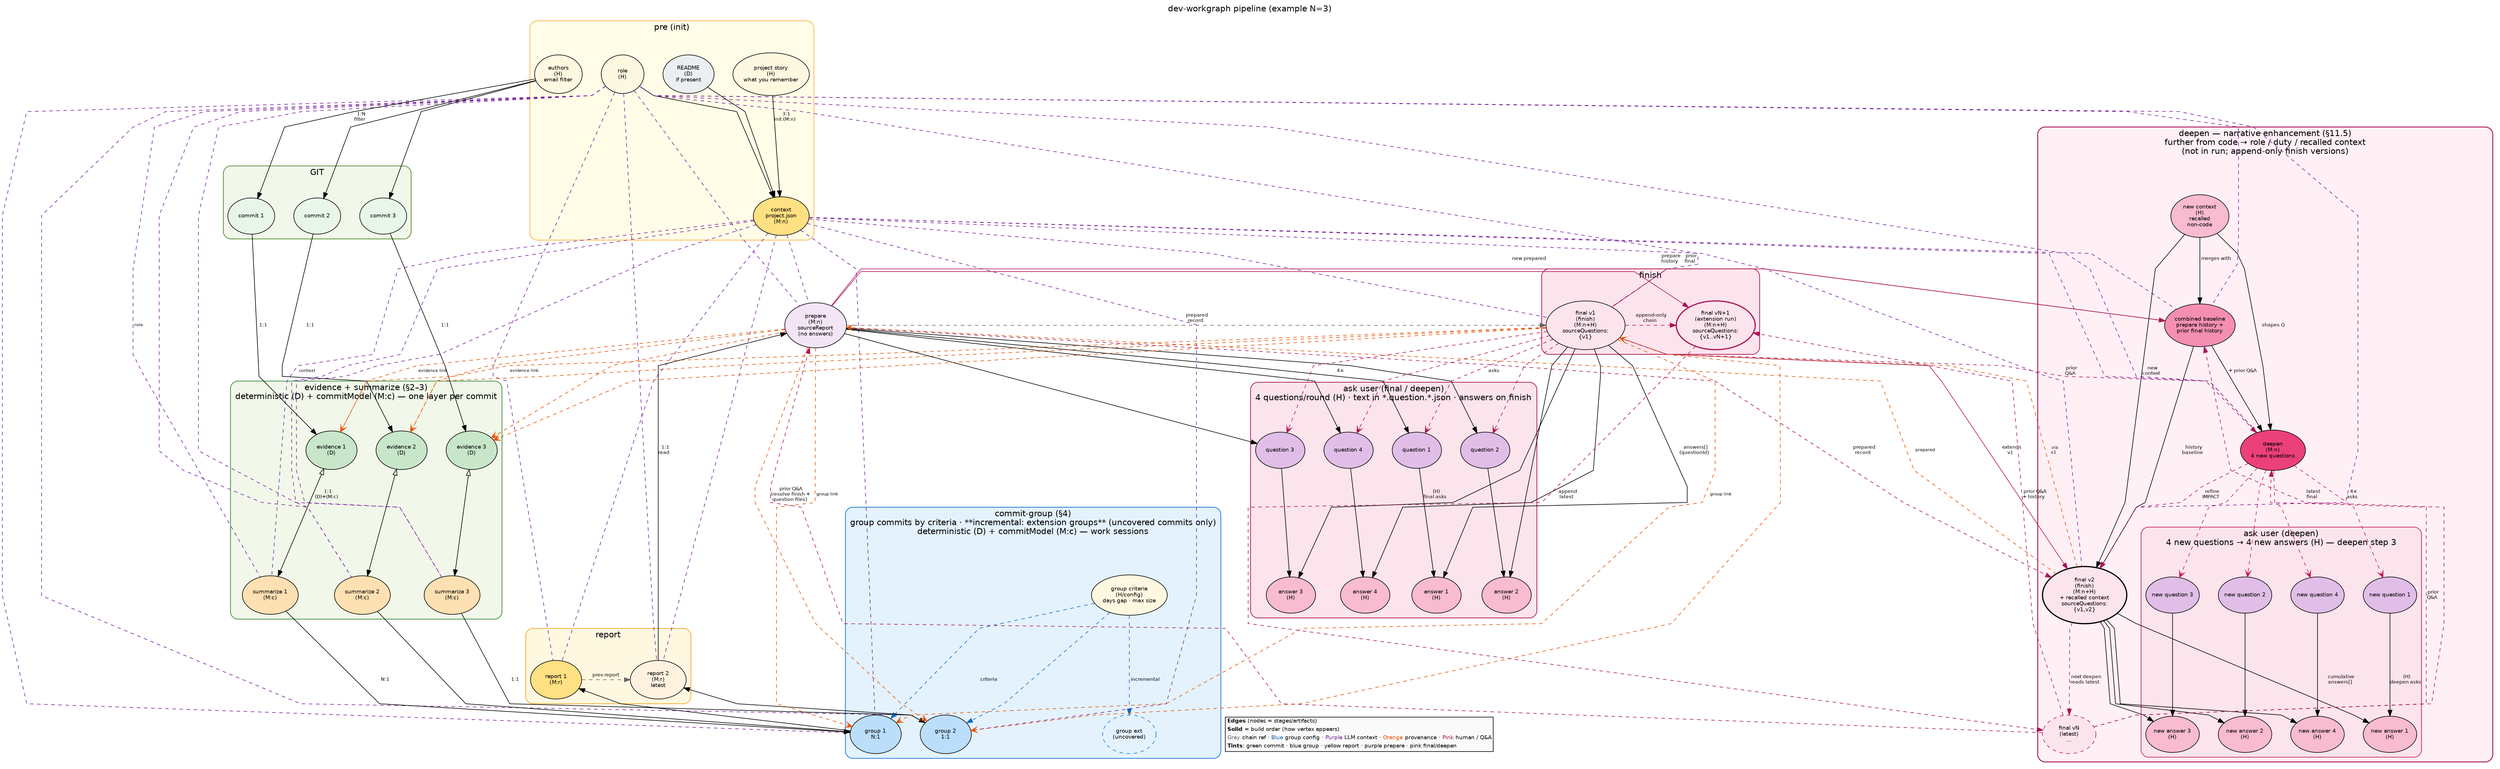
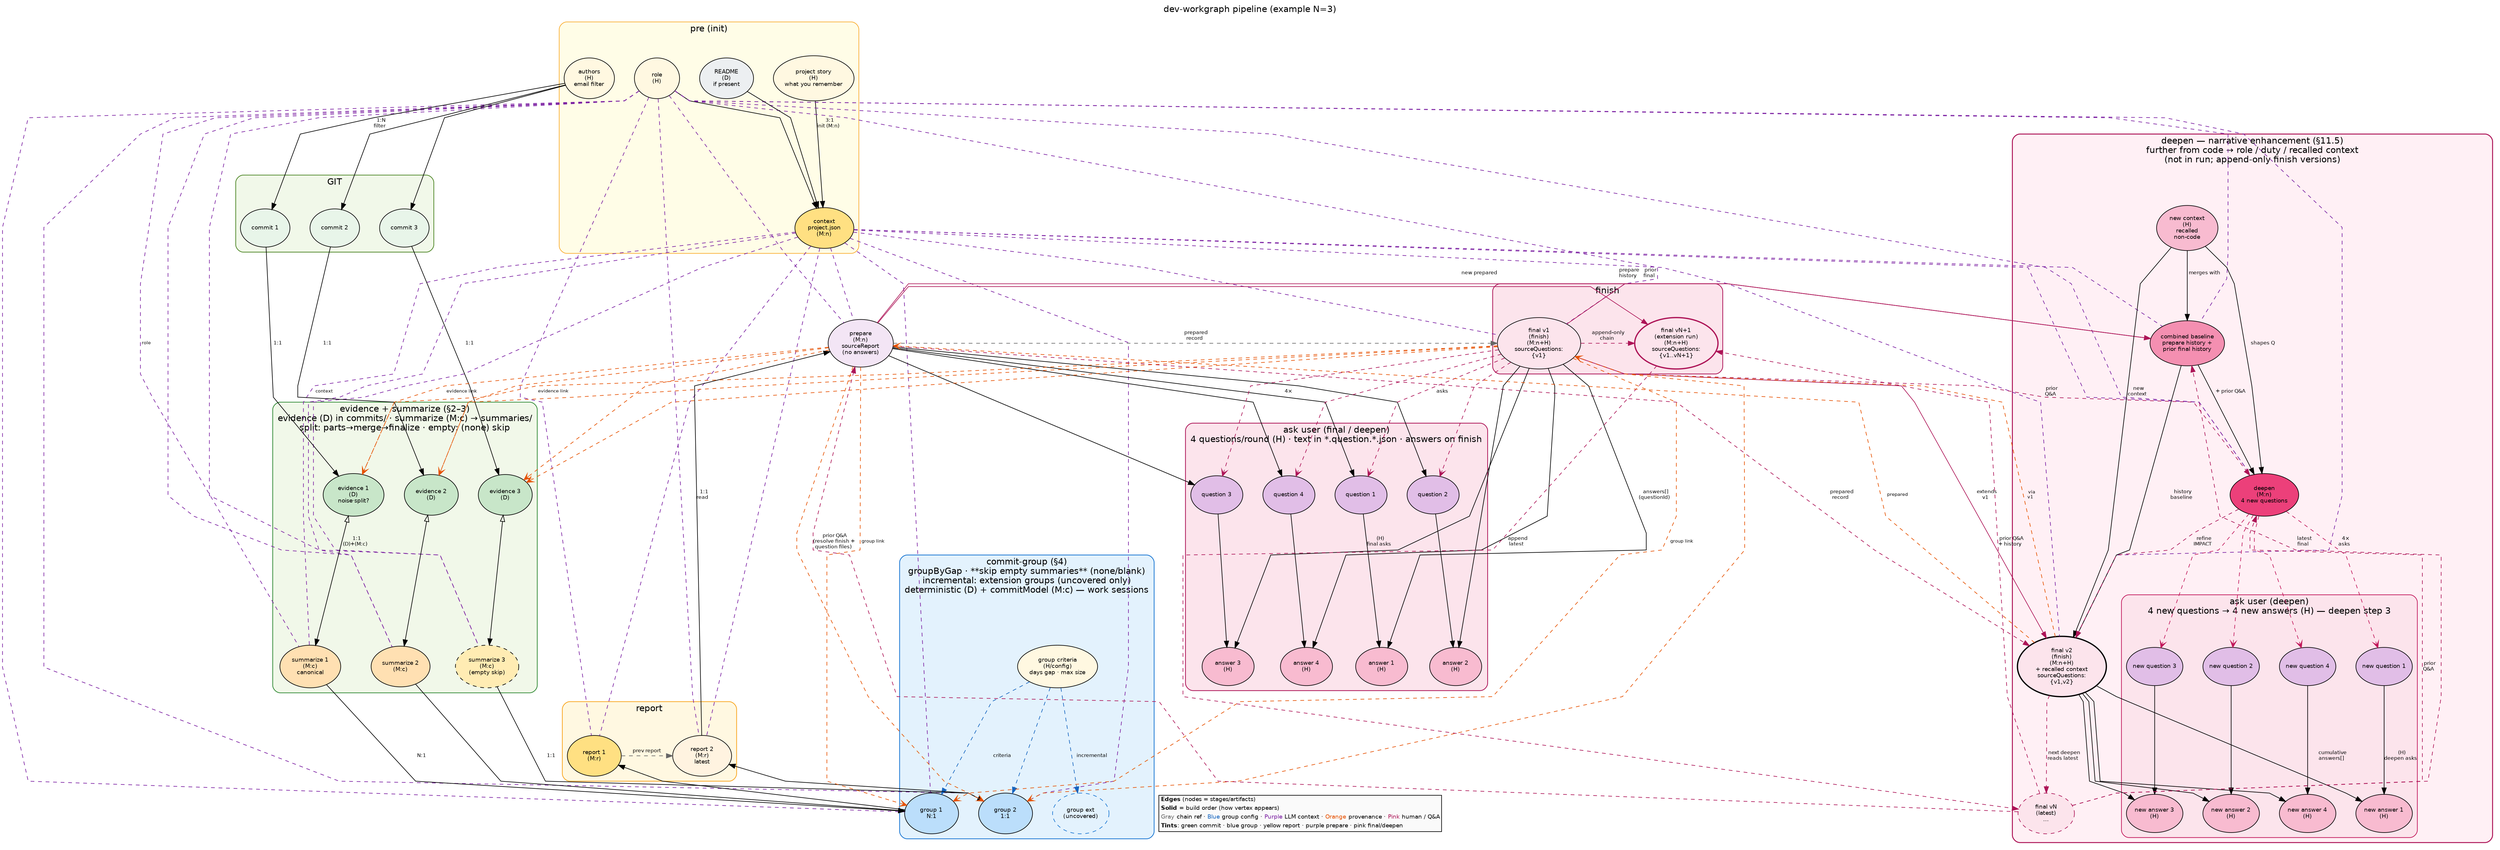
// dev-workgraph — pipeline graph (Graphviz)
//
// Render:
//   dot -Tpng uml/pipeline-graph.dot -o uml/pipeline-graph.png
//   dot -Tsvg uml/pipeline-graph.dot -o uml/pipeline-graph.svg

digraph pipeline {
  graph [
    rankdir=TB
    splines=polyline
    nodesep=0.45
    ranksep=0.75
    fontname="Helvetica"
    label="dev-workgraph pipeline (example N=3)"
    labelloc=t
  ]

  node [
    shape=ellipse
    style=filled
    fontname="Helvetica"
    fontsize=9
  ]

  edge [fontname="Helvetica" fontsize=8]

  // ── pre: human inputs → context (init) ──────────────────────────────

  subgraph cluster_pre {
    label="pre (init)"
    style=rounded
    color="#F9A825"
    bgcolor="#FFFDE7"

    v_story  [label="project story\n(H)\nwhat you remember" fillcolor="#FFF8E1" width=1.5 height=1.0]
    v_role   [label="role\n(H)" fillcolor="#FFF8E1" width=1.0 height=0.9]
    v_readme [label="README\n(D)\nif present" fillcolor="#ECEFF1" width=1.2 height=0.9]
    v_auth   [label="authors\n(H)\nemail filter" fillcolor="#FFF8E1" width=1.0 height=0.9]

    v_context [label="context\nproject.json\n(M:n)" fillcolor="#FFE082" width=1.3 height=0.9]

    { rank=same; v_story; v_role; v_readme; v_auth; }

    v_story  -> v_context [label=" 3:1\ninit (M:n) "]
    v_role   -> v_context
    v_readme -> v_context
  }

  // ── GIT: filtered commits (authors → 1:N) ─────────────────────────────

  subgraph cluster_git {
    label="GIT"
    style=rounded
    color="#558B2F"
    bgcolor="#F1F8E9"
    penwidth=1.2

    v_c1 [label="commit 1" fillcolor="#E8F5E9" width=1.1 height=0.85]
    v_c2 [label="commit 2" fillcolor="#E8F5E9" width=1.1 height=0.85]
    v_c3 [label="commit 3" fillcolor="#E8F5E9" width=1.1 height=0.85]

    { rank=same; v_c1; v_c2; v_c3; }
  }

  v_auth -> v_c1 [label=" 1:N\nfilter "]
  v_auth -> v_c2
  v_auth -> v_c3

  // ── per commit: evidence (D) + summarize (M:c) ───────────────────────

  subgraph cluster_commit_layer {
-     label="evidence + summarize (§2–3)\ndeterministic (D) + commitModel (M:c) — one layer per commit"
+     label="evidence + summarize (§2–3)\nevidence (D) in commits/ · summarize (M:c) → summaries/\nsplit: parts→merge→finalize · empty: (none) skip"
    style=rounded
    color="#388E3C"
    bgcolor="#F1F8E9"
    penwidth=1.2

-     v_e1 [label="evidence 1\n(D)" fillcolor="#C8E6C9" width=1.2 height=0.9]
+     v_e1 [label="evidence 1\n(D)\nnoise·split?" fillcolor="#C8E6C9" width=1.35 height=0.95]
    v_e2 [label="evidence 2\n(D)" fillcolor="#C8E6C9" width=1.2 height=0.9]
    v_e3 [label="evidence 3\n(D)" fillcolor="#C8E6C9" width=1.2 height=0.9]

    { rank=same; v_e1; v_e2; v_e3; }

-     v_s1 [label="summarize 1\n(M:c)" fillcolor="#FFE0B2" width=1.3 height=0.9]
+     v_s1 [label="summarize 1\n(M:c)\ncanonical" fillcolor="#FFE0B2" width=1.35 height=0.95]
    v_s2 [label="summarize 2\n(M:c)" fillcolor="#FFE0B2" width=1.3 height=0.9]
-     v_s3 [label="summarize 3\n(M:c)" fillcolor="#FFE0B2" width=1.3 height=0.9]
+     v_s3 [label="summarize 3\n(M:c)\n(empty skip)" fillcolor="#FFECB3" width=1.4 height=0.95 style="filled,dashed"]

    { rank=same; v_s1; v_s2; v_s3; }

    v_e1 -> v_s1 [label=" 1:1\n(D)+(M:c) ", dir=both arrowhead=normal arrowtail=onormal]
    v_e2 -> v_s2 [dir=both arrowhead=normal arrowtail=onormal]
    v_e3 -> v_s3 [dir=both arrowhead=normal arrowtail=onormal]
  }

  v_c1 -> v_e1 [label=" 1:1 "]
  v_c2 -> v_e2 [label=" 1:1 "]
  v_c3 -> v_e3 [label=" 1:1 "]

  // ── commit-group: group commits by criteria → work sessions ────────

  subgraph cluster_groups {
-     label="commit-group (§4)\ngroup commits by criteria · **incremental: extension groups** (uncovered commits only)\ndeterministic (D) + commitModel (M:c) — work sessions"
+     label="commit-group (§4)\ngroupByGap · **skip empty summaries** (none/blank)\nincremental: extension groups (uncovered only)\ndeterministic (D) + commitModel (M:c) — work sessions"
    style=rounded
    color="#1976D2"
    bgcolor="#E3F2FD"
    penwidth=1.2

    v_gcrit [label="group criteria\n(H/config)\ndays gap · max size" fillcolor="#FFF8E1" width=1.35 height=0.95]

    v_g1 [label="group 1\nN:1" fillcolor="#BBDEFB" width=1.2 height=0.9]
    v_g2 [label="group 2\n1:1" fillcolor="#BBDEFB" width=1.2 height=0.9]
    v_gext [label="group ext\n(uncovered)" fillcolor="#E3F2FD" width=1.25 height=0.9 style="filled,dashed" color="#1976D2"]

    { rank=same; v_g1; v_g2; v_gext; }

    v_gcrit -> v_g1 [label=" criteria ", style=dashed color="#1565C0"]
    v_gcrit -> v_g2 [style=dashed color="#1565C0"]
    v_gcrit -> v_gext [label=" incremental ", style=dashed color="#1565C0"]
  }

  v_s1 -> v_g1 [label=" N:1 "]
  v_s2 -> v_g1
  v_s3 -> v_g2 [label=" 1:1 "]

  // ── report fold: groups → report chain ────────────────────────────────

  subgraph cluster_reports {
    label="report"
    style=rounded
    color="#F9A825"
    bgcolor="#FFF8E1"
    penwidth=1.2

    v_r1 [label="report 1\n(M:r)" fillcolor="#FFE082" width=1.2 height=0.9]
    v_r2 [label="report 2\n(M:r)\nlatest" fillcolor="#FFF3E0" width=1.3 height=0.9]

    { rank=same; v_r1; v_r2; }

    v_r1 -> v_r2 [label=" prev report ", style=dashed color="#666666"]
  }

  v_g1 -> v_r1 [label=" init\n1:1 "]
  v_g2 -> v_r2 [label=" merge\n1:1 "]

  // ── prepare → 4 questions → 4 answers (H) → final ─────────────────

  v_prep [label="prepare\n(M:n)\nsourceReport\n(no answers)" fillcolor="#F3E5F5" width=1.45 height=1.05]

  v_r2 -> v_prep [label=" 1:1\nread "]

  subgraph cluster_ask_final {
    label="ask user (final / deepen)\n4 questions/round (H) · text in *.question.*.json · answers on finish"
    style=rounded
    color="#AD1457"
    bgcolor="#FCE4EC"
    penwidth=1.2

    v_q1 [label="question 1" fillcolor="#E1BEE7" width=1.15 height=0.85]
    v_q2 [label="question 2" fillcolor="#E1BEE7" width=1.15 height=0.85]
    v_q3 [label="question 3" fillcolor="#E1BEE7" width=1.15 height=0.85]
    v_q4 [label="question 4" fillcolor="#E1BEE7" width=1.15 height=0.85]

    { rank=same; v_q1; v_q2; v_q3; v_q4; }

    v_a1 [label="answer 1\n(H)" fillcolor="#F8BBD0" width=1.15 height=0.85]
    v_a2 [label="answer 2\n(H)" fillcolor="#F8BBD0" width=1.15 height=0.85]
    v_a3 [label="answer 3\n(H)" fillcolor="#F8BBD0" width=1.15 height=0.85]
    v_a4 [label="answer 4\n(H)" fillcolor="#F8BBD0" width=1.15 height=0.85]

    { rank=same; v_a1; v_a2; v_a3; v_a4; }

    v_q1 -> v_a1 [label=" (H)\nfinal asks "]
    v_q2 -> v_a2
    v_q3 -> v_a3
    v_q4 -> v_a4
  }

  v_prep -> v_q1 [label=" 4× "]
  v_prep -> v_q2
  v_prep -> v_q3
  v_prep -> v_q4

  subgraph cluster_finish {
    label="finish"
    style=rounded
    color="#AD1457"
    bgcolor="#FCE4EC"
    penwidth=1.2

    v_fin [label="final v1\n(finish)\n(M:n+H)\nsourceQuestions:\n{v1}" fillcolor="#FCE4EC" width=1.45 height=1.1]
    v_fext [label="final vN+1\n(extension run)\n(M:n+H)\nsourceQuestions:\n{v1..vN+1}" fillcolor="#FCE4EC" width=1.55 height=1.1 penwidth=2 color="#AD1457"]

    { rank=same; v_fin; v_fext; }

    v_fin -> v_fext [label=" append-only\nchain ", style=dashed color="#AD1457"]
  }

  v_prep -> v_fin [label=" prepared\nrecord ", style=dashed color="#666666"]

  v_fin -> v_a1 [label=" answers[]\n(questionId) "]
  v_fin -> v_a2
  v_fin -> v_a3
  v_fin -> v_a4

  v_fin -> v_q1 [label=" asks ", style=dashed color="#AD1457" arrowhead=open]
  v_fin -> v_q2 [style=dashed color="#AD1457" arrowhead=open]
  v_fin -> v_q3 [style=dashed color="#AD1457" arrowhead=open]
  v_fin -> v_q4 [style=dashed color="#AD1457" arrowhead=open]

  // ── deepen: narrative enhancement — further from code → role / duty ─

  subgraph cluster_deepen {
    label="deepen — narrative enhancement (§11.5)\nfurther from code → role / duty / recalled context\n(not in run; append-only finish versions)"
    style=rounded
    color="#AD1457"
    bgcolor="#FFF0F5"
    penwidth=1.5

    v_recall [label="new context\n(H)\nrecalled\nnon-code" fillcolor="#F8BBD0" width=1.35 height=1.0]

    v_combine [label="combined baseline\nprepare history +\nprior final history" fillcolor="#F48FB1" width=1.55 height=1.0]

    v_deepen [label="deepen\n(M:n)\n4 new questions" fillcolor="#EC407A" width=1.35 height=0.95]

    subgraph cluster_ask_deepen {
      label="ask user (deepen)\n4 new questions → 4 new answers (H) — deepen step 3"
      style=rounded
      color="#C2185B"
      bgcolor="#FCE4EC"
      penwidth=1.1

      v_nq1 [label="new question 1" fillcolor="#E1BEE7" width=1.2 height=0.85]
      v_nq2 [label="new question 2" fillcolor="#E1BEE7" width=1.2 height=0.85]
      v_nq3 [label="new question 3" fillcolor="#E1BEE7" width=1.2 height=0.85]
      v_nq4 [label="new question 4" fillcolor="#E1BEE7" width=1.2 height=0.85]

      { rank=same; v_nq1; v_nq2; v_nq3; v_nq4; }

      v_na1 [label="new answer 1\n(H)" fillcolor="#F8BBD0" width=1.2 height=0.85]
      v_na2 [label="new answer 2\n(H)" fillcolor="#F8BBD0" width=1.2 height=0.85]
      v_na3 [label="new answer 3\n(H)" fillcolor="#F8BBD0" width=1.2 height=0.85]
      v_na4 [label="new answer 4\n(H)" fillcolor="#F8BBD0" width=1.2 height=0.85]

      { rank=same; v_na1; v_na2; v_na3; v_na4; }

      v_nq1 -> v_na1 [label=" (H)\ndeepen asks "]
      v_nq2 -> v_na2
      v_nq3 -> v_na3
      v_nq4 -> v_na4
    }

    v_fin2 [label="final v2\n(finish)\n(M:n+H)\n+ recalled context\nsourceQuestions:\n{v1,v2}" fillcolor="#FCE4EC" width=1.55 height=1.15 penwidth=2]
    v_finN [label="final vN\n(latest)\n…" fillcolor="#FCE4EC" width=1.25 height=0.9 style="filled,dashed" color="#AD1457"]

    v_recall -> v_combine [label=" merges with "]
    v_combine -> v_deepen [label=" + prior Q&A "]
    v_recall -> v_deepen [label=" shapes Q "]

    v_deepen -> v_nq1 [label=" 4×\nasks ", style=dashed color="#C2185B" arrowhead=open]
    v_deepen -> v_nq2 [style=dashed color="#C2185B" arrowhead=open]
    v_deepen -> v_nq3 [style=dashed color="#C2185B" arrowhead=open]
    v_deepen -> v_nq4 [style=dashed color="#C2185B" arrowhead=open]

    v_combine -> v_fin2 [label=" history\nbaseline "]
    v_recall -> v_fin2 [label=" new\ncontext "]
    v_deepen -> v_fin2 [label=" refine\nIMPACT " style=dashed color="#AD1457"]
    v_fin2 -> v_na1 [label=" cumulative\nanswers[] "]
    v_fin2 -> v_na2
    v_fin2 -> v_na3
    v_fin2 -> v_na4

    v_fin2 -> v_finN [label=" next deepen\nreads latest ", style=dashed color="#AD1457"]

    v_finN -> v_combine [label=" latest\nfinal ", style=dashed color="#AD1457" constraint=false]
    v_finN -> v_deepen [label=" prior\nQ&A ", style=dashed color="#AD1457" constraint=false]
  }


  // prepare + final v1 feed the deepen cluster (no new code paths)
  v_finN -> v_fext [label=" prior Q&A\n+ history ", color="#AD1457" style=dashed]
  v_prep -> v_fext [label=" new prepared ", color="#AD1457"]
  v_fext -> v_finN [label=" append\nlatest ", color="#AD1457" style=dashed constraint=false]

  v_prep -> v_combine [label=" prepare\nhistory ", color="#AD1457"]
  v_fin -> v_combine [label=" prior\nfinal ", color="#AD1457"]
  v_fin -> v_deepen [label=" prior\nQ&A ", color="#AD1457" style=dashed]
  v_finN -> v_prep [label=" prior Q&A\n(resolve finish +\nquestion files) ", style=dashed color="#AD1457" constraint=false]
  v_prep -> v_fin2 [label=" prepared\nrecord ", style=dashed color="#AD1457"]
  v_fin -> v_fin2 [label=" extends\nv1 ", color="#AD1457"]

  // ── provenance: prepare + final keep links to groups and evidence ───

  {
    edge [
      style=dashed
      color="#E65100"
      arrowhead=open
      fontsize=7
    ]

    // prepare: via latest report (sourceGroups, historySource, groupCount)
    v_prep -> v_g1 [label=" group link "]
    v_prep -> v_g2
    v_prep -> v_e1 [label=" evidence link "]
    v_prep -> v_e2
    v_prep -> v_e3

    // final v1 (finish.json): sourceReport + sourcePrepared → same chain
    v_fin -> v_g1 [label=" group link "]
    v_fin -> v_g2
    v_fin -> v_e1 [label=" evidence link "]
    v_fin -> v_e2
    v_fin -> v_e3

    // final v2+ inherits code provenance only via prior finish (no new code reads)
    v_fin2 -> v_fin [label=" via\nv1 "]
    v_fin2 -> v_prep [label=" prepared "]
  }

  // ── context + role → every LLM stage (project context block) ────────

  {
    edge [
      style=dashed
      color="#7B1FA2"
      arrowhead=none
      fontsize=7
    ]

    v_context -> v_s1 [label=" context "]
    v_context -> v_s2
    v_context -> v_s3
    v_context -> v_g1
    v_context -> v_g2
    v_context -> v_r1
    v_context -> v_r2
    v_context -> v_prep
    v_context -> v_fin
    v_context -> v_combine
    v_context -> v_deepen
    v_context -> v_fin2

    v_role -> v_s1 [label=" role "]
    v_role -> v_s2
    v_role -> v_s3
    v_role -> v_g1
    v_role -> v_g2
    v_role -> v_r1
    v_role -> v_r2
    v_role -> v_prep
    v_role -> v_fin
    v_role -> v_combine
    v_role -> v_deepen
    v_role -> v_fin2
  }

  // ── legend: bottom-left, content-sized (no cluster — cluster stretched to full graph width) ──

  legend_compact [
    shape=plaintext
    margin=0
    label=<
      <TABLE BORDER="1" CELLBORDER="0" CELLPADDING="2" CELLSPACING="0" BGCOLOR="#FAFAFA">
        <TR><TD ALIGN="LEFT"><B>Edges</B> (nodes = stages/artifacts)</TD></TR>
        <TR><TD ALIGN="LEFT"><B>Solid</B> = build order (how vertex appears)</TD></TR>
        <TR><TD ALIGN="LEFT"><FONT COLOR="#666666">Gray</FONT> chain ref · <FONT COLOR="#1565C0">Blue</FONT> group config · <FONT COLOR="#7B1FA2">Purple</FONT> LLM context · <FONT COLOR="#E65100">Orange</FONT> provenance · <FONT COLOR="#AD1457">Pink</FONT> human / Q&amp;A</TD></TR>
        <TR><TD ALIGN="LEFT"><B>Tints</B>: green commit · blue group · yellow report · purple prepare · pink final/deepen</TD></TR>
      </TABLE>
    >
  ]

  { rank=sink; legend_compact; }
  v_gcrit -> legend_compact [style=invis weight=10 minlen=1]
}
